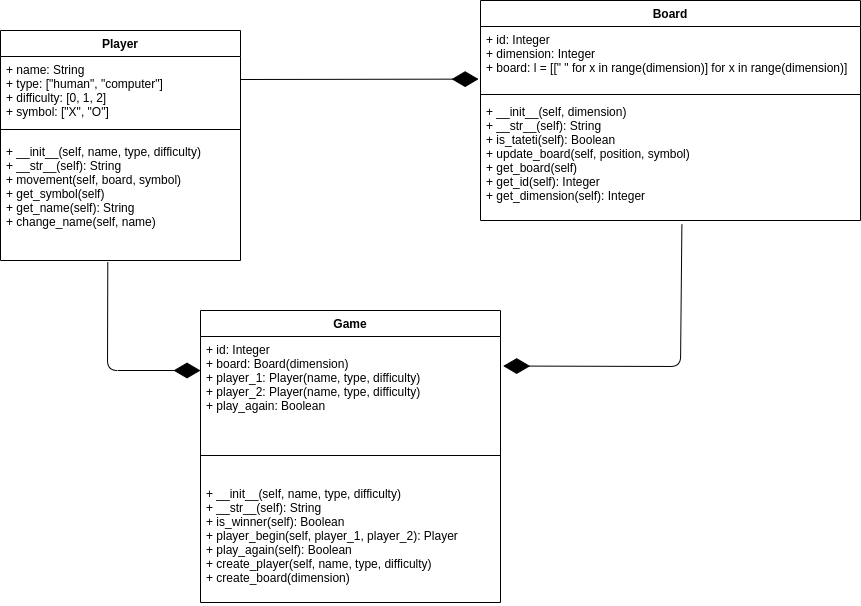
joagonzalez/tateti keeps this draw.io diagram as doc/tateti.png. Above is the earlier version. Source tidied: cells renumbered, new cells last; positions are measured from the earlier drawing's top-left corner, leaving out a move shared by most shapes.
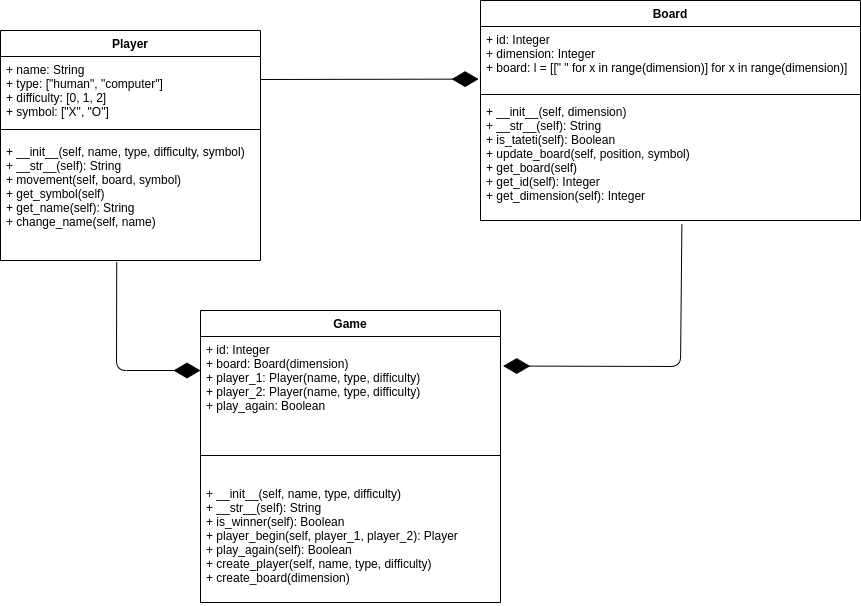
After the commit.

Diff of the diagram source:
```diff
@@ -3,16 +3,16 @@
     <mxCell id="0" />
     <mxCell id="1" parent="0" />
     <mxCell id="2" value="Player" style="swimlane;fontStyle=1;align=center;verticalAlign=top;horizontal=1;startSize=26;" parent="1" vertex="1">
-      <mxGeometry y="30" width="240" height="230" as="geometry" />
+      <mxGeometry y="30" width="260" height="230" as="geometry" />
     </mxCell>
     <mxCell id="3" value="+ name: String&#10;+ type: [&quot;human&quot;, &quot;computer&quot;]&#10;+ difficulty: [0, 1, 2]&#10;+ symbol: [&quot;X&quot;, &quot;O&quot;]" style="text;strokeColor=none;fillColor=none;align=left;verticalAlign=top;spacingLeft=4;spacingRight=4;overflow=hidden;" parent="2" vertex="1">
-      <mxGeometry y="26" width="240" height="64" as="geometry" />
+      <mxGeometry y="26" width="260" height="64" as="geometry" />
     </mxCell>
     <mxCell id="4" style="line;strokeWidth=1;fillColor=none;align=left;verticalAlign=middle;spacingTop=-1;spacingLeft=3;spacingRight=3;labelPosition=right;" parent="2" vertex="1">
-      <mxGeometry y="90" width="240" height="18" as="geometry" />
+      <mxGeometry y="90" width="260" height="18" as="geometry" />
     </mxCell>
-    <mxCell id="5" value="+ __init__(self, name, type, difficulty)&#10;+ __str__(self): String&#10;+ movement(self, board, symbol)&#10;+ get_symbol(self)&#10;+ get_name(self): String&#10;+ change_name(self, name)" style="text;strokeColor=none;fillColor=none;align=left;verticalAlign=top;spacingLeft=4;spacingRight=4;overflow=hidden;points=[[0,0.5],[1,0.5]];portConstraint=eastwest;" parent="2" vertex="1">
-      <mxGeometry y="108" width="240" height="122" as="geometry" />
+    <mxCell id="5" value="+ __init__(self, name, type, difficulty, symbol)&#10;+ __str__(self): String&#10;+ movement(self, board, symbol)&#10;+ get_symbol(self)&#10;+ get_name(self): String&#10;+ change_name(self, name)" style="text;strokeColor=none;fillColor=none;align=left;verticalAlign=top;spacingLeft=4;spacingRight=4;overflow=hidden;points=[[0,0.5],[1,0.5]];portConstraint=eastwest;" parent="2" vertex="1">
+      <mxGeometry y="108" width="260" height="122" as="geometry" />
     </mxCell>
     <mxCell id="6" value="Board" style="swimlane;fontStyle=1;align=center;verticalAlign=top;horizontal=1;startSize=26;" parent="1" vertex="1">
       <mxGeometry x="480" width="380" height="220" as="geometry" />
@@ -42,7 +42,7 @@
       <mxGeometry relative="1" as="geometry">
         <mxPoint x="200" y="370" as="targetPoint" />
         <Array as="points">
-          <mxPoint x="107" y="370" />
+          <mxPoint x="116" y="370" />
         </Array>
       </mxGeometry>
     </mxCell>
@@ -55,7 +55,7 @@
     </mxCell>
     <mxCell id="16" style="endArrow=diamondThin;endFill=1;endSize=24;html=1;entryX=-0.005;entryY=0.822;entryDx=0;entryDy=0;entryPerimeter=0;" parent="1" edge="1" target="7">
       <mxGeometry relative="1" as="geometry">
-        <mxPoint x="240" y="79" as="sourcePoint" />
+        <mxPoint x="260" y="79" as="sourcePoint" />
       </mxGeometry>
     </mxCell>
   </root>
```
